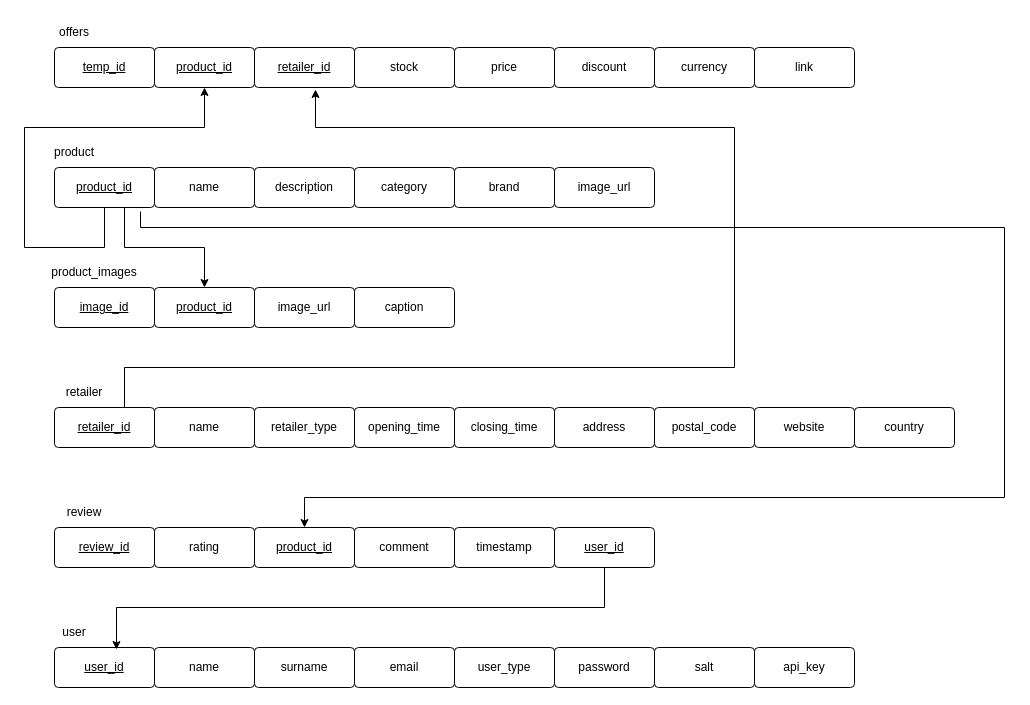
Earlier version of the draw.io diagram schema_null&void.drawio (ShavirV/COS-221-Assignment-5). Source tidied: cells renumbered, new cells numbered last; positions are measured from the earlier drawing's top-left corner, leaving out a move shared by most shapes. Both pictures are drawn from the tidied source at 100%, with x=0, y=0 at pixel (24, 17).
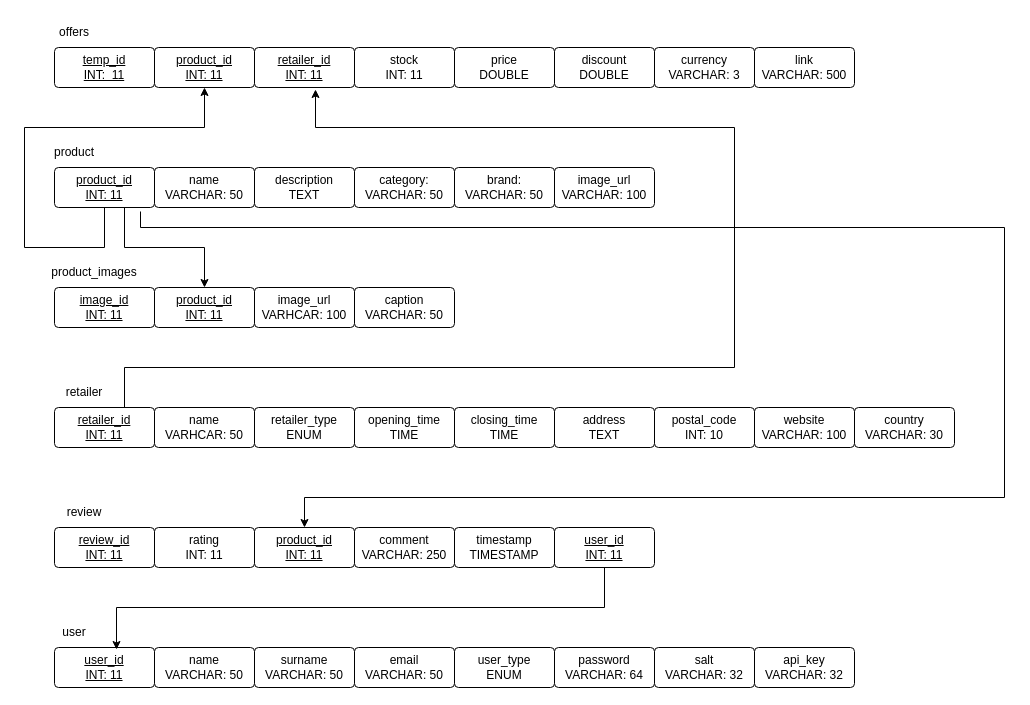
Above is the later version.

Commit message:
Added value types for all fields

Diff of the diagram source:
```diff
@@
-    <mxCell id="2" value="temp_id" style="rounded=1;arcSize=10;whiteSpace=wrap;html=1;align=center;fontStyle=4;" parent="1" vertex="1">
+    <mxCell id="2" value="temp_id&lt;br&gt;INT:&amp;nbsp; 11" style="rounded=1;arcSize=10;whiteSpace=wrap;html=1;align=center;fontStyle=4;" parent="1" vertex="1">
       <mxGeometry x="30" y="30" width="100" height="40" as="geometry" />
     </mxCell>
-    <mxCell id="3" value="product_id" style="rounded=1;arcSize=10;whiteSpace=wrap;html=1;align=center;fontStyle=4;" parent="1" vertex="1">
+    <mxCell id="3" value="product_id&lt;br&gt;INT: 11" style="rounded=1;arcSize=10;whiteSpace=wrap;html=1;align=center;fontStyle=4;" parent="1" vertex="1">
       <mxGeometry x="130" y="30" width="100" height="40" as="geometry" />
     </mxCell>
-    <mxCell id="4" value="retailer_id" style="rounded=1;arcSize=10;whiteSpace=wrap;html=1;align=center;fontStyle=4;" parent="1" vertex="1">
+    <mxCell id="4" value="retailer_id&lt;br&gt;INT: 11" style="rounded=1;arcSize=10;whiteSpace=wrap;html=1;align=center;fontStyle=4;" parent="1" vertex="1">
       <mxGeometry x="230" y="30" width="100" height="40" as="geometry" />
     </mxCell>
-    <mxCell id="5" value="stock" style="rounded=1;arcSize=10;whiteSpace=wrap;html=1;align=center;" parent="1" vertex="1">
+    <mxCell id="5" value="stock&lt;br&gt;INT: 11" style="rounded=1;arcSize=10;whiteSpace=wrap;html=1;align=center;" parent="1" vertex="1">
       <mxGeometry x="330" y="30" width="100" height="40" as="geometry" />
     </mxCell>
-    <mxCell id="6" value="price" style="rounded=1;arcSize=10;whiteSpace=wrap;html=1;align=center;" parent="1" vertex="1">
+    <mxCell id="6" value="price&lt;br&gt;DOUBLE" style="rounded=1;arcSize=10;whiteSpace=wrap;html=1;align=center;" parent="1" vertex="1">
       <mxGeometry x="430" y="30" width="100" height="40" as="geometry" />
     </mxCell>
-    <mxCell id="7" value="discount" style="rounded=1;arcSize=10;whiteSpace=wrap;html=1;align=center;" parent="1" vertex="1">
+    <mxCell id="7" value="discount&lt;br&gt;DOUBLE" style="rounded=1;arcSize=10;whiteSpace=wrap;html=1;align=center;" parent="1" vertex="1">
       <mxGeometry x="530" y="30" width="100" height="40" as="geometry" />
     </mxCell>
-    <mxCell id="8" value="currency" style="rounded=1;arcSize=10;whiteSpace=wrap;html=1;align=center;" parent="1" vertex="1">
+    <mxCell id="8" value="currency&lt;br&gt;VARCHAR: 3" style="rounded=1;arcSize=10;whiteSpace=wrap;html=1;align=center;" parent="1" vertex="1">
       <mxGeometry x="630" y="30" width="100" height="40" as="geometry" />
     </mxCell>
-    <mxCell id="9" value="link" style="rounded=1;arcSize=10;whiteSpace=wrap;html=1;align=center;" parent="1" vertex="1">
+    <mxCell id="9" value="link&lt;br&gt;VARCHAR: 500" style="rounded=1;arcSize=10;whiteSpace=wrap;html=1;align=center;" parent="1" vertex="1">
       <mxGeometry x="730" y="30" width="100" height="40" as="geometry" />
     </mxCell>
-    <mxCell id="10" value="product_id" style="rounded=1;arcSize=10;whiteSpace=wrap;html=1;align=center;fontStyle=4;" parent="1" vertex="1">
+    <mxCell id="10" value="product_id&lt;br&gt;INT: 11" style="rounded=1;arcSize=10;whiteSpace=wrap;html=1;align=center;fontStyle=4;" parent="1" vertex="1">
       <mxGeometry x="30" y="150" width="100" height="40" as="geometry" />
     </mxCell>
-    <mxCell id="11" value="name" style="rounded=1;arcSize=10;whiteSpace=wrap;html=1;align=center;" parent="1" vertex="1">
+    <mxCell id="11" value="name&lt;br&gt;VARCHAR: 50" style="rounded=1;arcSize=10;whiteSpace=wrap;html=1;align=center;" parent="1" vertex="1">
       <mxGeometry x="130" y="150" width="100" height="40" as="geometry" />
     </mxCell>
-    <mxCell id="12" value="description" style="rounded=1;arcSize=10;whiteSpace=wrap;html=1;align=center;" parent="1" vertex="1">
+    <mxCell id="12" value="description&lt;br&gt;TEXT" style="rounded=1;arcSize=10;whiteSpace=wrap;html=1;align=center;" parent="1" vertex="1">
       <mxGeometry x="230" y="150" width="100" height="40" as="geometry" />
     </mxCell>
-    <mxCell id="13" value="category" style="rounded=1;arcSize=10;whiteSpace=wrap;html=1;align=center;" parent="1" vertex="1">
+    <mxCell id="13" value="category:&lt;div&gt;VARCHAR: 50&lt;/div&gt;" style="rounded=1;arcSize=10;whiteSpace=wrap;html=1;align=center;" parent="1" vertex="1">
       <mxGeometry x="330" y="150" width="100" height="40" as="geometry" />
     </mxCell>
-    <mxCell id="14" value="brand" style="rounded=1;arcSize=10;whiteSpace=wrap;html=1;align=center;" parent="1" vertex="1">
+    <mxCell id="14" value="brand:&lt;div&gt;VARCHAR: 50&lt;/div&gt;" style="rounded=1;arcSize=10;whiteSpace=wrap;html=1;align=center;" parent="1" vertex="1">
       <mxGeometry x="430" y="150" width="100" height="40" as="geometry" />
     </mxCell>
-    <mxCell id="15" value="image_url" style="rounded=1;arcSize=10;whiteSpace=wrap;html=1;align=center;" parent="1" vertex="1">
+    <mxCell id="15" value="image_url&lt;br&gt;VARCHAR: 100" style="rounded=1;arcSize=10;whiteSpace=wrap;html=1;align=center;" parent="1" vertex="1">
       <mxGeometry x="530" y="150" width="100" height="40" as="geometry" />
     </mxCell>
-    <mxCell id="16" value="image_id" style="rounded=1;arcSize=10;whiteSpace=wrap;html=1;align=center;fontStyle=4;" parent="1" vertex="1">
+    <mxCell id="16" value="image_id&lt;div&gt;INT: 11&lt;/div&gt;" style="rounded=1;arcSize=10;whiteSpace=wrap;html=1;align=center;fontStyle=4;" parent="1" vertex="1">
       <mxGeometry x="30" y="270" width="100" height="40" as="geometry" />
     </mxCell>
-    <mxCell id="17" value="image_url" style="rounded=1;arcSize=10;whiteSpace=wrap;html=1;align=center;" parent="1" vertex="1">
+    <mxCell id="17" value="image_url&lt;br&gt;VARHCAR: 100" style="rounded=1;arcSize=10;whiteSpace=wrap;html=1;align=center;" parent="1" vertex="1">
       <mxGeometry x="230" y="270" width="100" height="40" as="geometry" />
     </mxCell>
-    <mxCell id="18" value="product_id" style="rounded=1;arcSize=10;whiteSpace=wrap;html=1;align=center;fontStyle=4;" parent="1" vertex="1">
+    <mxCell id="18" value="product_id&lt;br&gt;INT: 11" style="rounded=1;arcSize=10;whiteSpace=wrap;html=1;align=center;fontStyle=4;" parent="1" vertex="1">
       <mxGeometry x="130" y="270" width="100" height="40" as="geometry" />
     </mxCell>
-    <mxCell id="19" value="caption" style="rounded=1;arcSize=10;whiteSpace=wrap;html=1;align=center;" parent="1" vertex="1">
+    <mxCell id="19" value="caption&lt;br&gt;VARCHAR: 50" style="rounded=1;arcSize=10;whiteSpace=wrap;html=1;align=center;" parent="1" vertex="1">
       <mxGeometry x="330" y="270" width="100" height="40" as="geometry" />
     </mxCell>
-    <mxCell id="20" value="retailer_id" style="rounded=1;arcSize=10;whiteSpace=wrap;html=1;align=center;fontStyle=4;" parent="1" vertex="1">
+    <mxCell id="20" value="retailer_id&lt;br&gt;INT: 11" style="rounded=1;arcSize=10;whiteSpace=wrap;html=1;align=center;fontStyle=4;" parent="1" vertex="1">
       <mxGeometry x="30" y="390" width="100" height="40" as="geometry" />
     </mxCell>
-    <mxCell id="21" value="name" style="rounded=1;arcSize=10;whiteSpace=wrap;html=1;align=center;" parent="1" vertex="1">
+    <mxCell id="21" value="name&lt;br&gt;VARHCAR: 50" style="rounded=1;arcSize=10;whiteSpace=wrap;html=1;align=center;" parent="1" vertex="1">
       <mxGeometry x="130" y="390" width="100" height="40" as="geometry" />
     </mxCell>
-    <mxCell id="22" value="retailer_type" style="rounded=1;arcSize=10;whiteSpace=wrap;html=1;align=center;" parent="1" vertex="1">
+    <mxCell id="22" value="retailer_type&lt;br&gt;ENUM" style="rounded=1;arcSize=10;whiteSpace=wrap;html=1;align=center;" parent="1" vertex="1">
       <mxGeometry x="230" y="390" width="100" height="40" as="geometry" />
     </mxCell>
-    <mxCell id="23" value="opening_time" style="rounded=1;arcSize=10;whiteSpace=wrap;html=1;align=center;" parent="1" vertex="1">
+    <mxCell id="23" value="opening_time&lt;div&gt;TIME&lt;/div&gt;" style="rounded=1;arcSize=10;whiteSpace=wrap;html=1;align=center;" parent="1" vertex="1">
       <mxGeometry x="330" y="390" width="100" height="40" as="geometry" />
     </mxCell>
-    <mxCell id="24" value="closing_time" style="rounded=1;arcSize=10;whiteSpace=wrap;html=1;align=center;" parent="1" vertex="1">
+    <mxCell id="24" value="closing_time&lt;br&gt;TIME" style="rounded=1;arcSize=10;whiteSpace=wrap;html=1;align=center;" parent="1" vertex="1">
       <mxGeometry x="430" y="390" width="100" height="40" as="geometry" />
     </mxCell>
-    <mxCell id="25" value="address" style="rounded=1;arcSize=10;whiteSpace=wrap;html=1;align=center;" parent="1" vertex="1">
+    <mxCell id="25" value="address&lt;br&gt;TEXT" style="rounded=1;arcSize=10;whiteSpace=wrap;html=1;align=center;" parent="1" vertex="1">
       <mxGeometry x="530" y="390" width="100" height="40" as="geometry" />
     </mxCell>
-    <mxCell id="26" value="postal_code" style="rounded=1;arcSize=10;whiteSpace=wrap;html=1;align=center;" parent="1" vertex="1">
+    <mxCell id="26" value="postal_code&lt;br&gt;INT: 10" style="rounded=1;arcSize=10;whiteSpace=wrap;html=1;align=center;" parent="1" vertex="1">
       <mxGeometry x="630" y="390" width="100" height="40" as="geometry" />
     </mxCell>
-    <mxCell id="27" value="website" style="rounded=1;arcSize=10;whiteSpace=wrap;html=1;align=center;" parent="1" vertex="1">
+    <mxCell id="27" value="website&lt;br&gt;VARCHAR: 100" style="rounded=1;arcSize=10;whiteSpace=wrap;html=1;align=center;" parent="1" vertex="1">
       <mxGeometry x="730" y="390" width="100" height="40" as="geometry" />
     </mxCell>
-    <mxCell id="28" value="country" style="rounded=1;arcSize=10;whiteSpace=wrap;html=1;align=center;" parent="1" vertex="1">
+    <mxCell id="28" value="country&lt;br&gt;VARCHAR: 30" style="rounded=1;arcSize=10;whiteSpace=wrap;html=1;align=center;" parent="1" vertex="1">
       <mxGeometry x="830" y="390" width="100" height="40" as="geometry" />
     </mxCell>
-    <mxCell id="29" value="review_id" style="rounded=1;arcSize=10;whiteSpace=wrap;html=1;align=center;fontStyle=4;" parent="1" vertex="1">
+    <mxCell id="29" value="review_id&lt;div&gt;INT: 11&lt;/div&gt;" style="rounded=1;arcSize=10;whiteSpace=wrap;html=1;align=center;fontStyle=4;" parent="1" vertex="1">
       <mxGeometry x="30" y="510" width="100" height="40" as="geometry" />
     </mxCell>
-    <mxCell id="30" value="rating" style="rounded=1;arcSize=10;whiteSpace=wrap;html=1;align=center;fontStyle=0;" parent="1" vertex="1">
+    <mxCell id="30" value="rating&lt;br&gt;INT: 11" style="rounded=1;arcSize=10;whiteSpace=wrap;html=1;align=center;fontStyle=0;" parent="1" vertex="1">
       <mxGeometry x="130" y="510" width="100" height="40" as="geometry" />
     </mxCell>
-    <mxCell id="31" value="product_id" style="rounded=1;arcSize=10;whiteSpace=wrap;html=1;align=center;fontStyle=4;" parent="1" vertex="1">
+    <mxCell id="31" value="product_id&lt;div&gt;INT: 11&lt;/div&gt;" style="rounded=1;arcSize=10;whiteSpace=wrap;html=1;align=center;fontStyle=4;" parent="1" vertex="1">
       <mxGeometry x="230" y="510" width="100" height="40" as="geometry" />
     </mxCell>
-    <mxCell id="32" value="comment" style="rounded=1;arcSize=10;whiteSpace=wrap;html=1;align=center;" parent="1" vertex="1">
+    <mxCell id="32" value="comment&lt;div&gt;VARCHAR: 250&lt;/div&gt;" style="rounded=1;arcSize=10;whiteSpace=wrap;html=1;align=center;" parent="1" vertex="1">
       <mxGeometry x="330" y="510" width="100" height="40" as="geometry" />
     </mxCell>
-    <mxCell id="33" value="timestamp" style="rounded=1;arcSize=10;whiteSpace=wrap;html=1;align=center;" parent="1" vertex="1">
+    <mxCell id="33" value="timestamp&lt;div&gt;TIMESTAMP&lt;/div&gt;" style="rounded=1;arcSize=10;whiteSpace=wrap;html=1;align=center;" parent="1" vertex="1">
       <mxGeometry x="430" y="510" width="100" height="40" as="geometry" />
     </mxCell>
-    <mxCell id="34" value="user_id" style="rounded=1;arcSize=10;whiteSpace=wrap;html=1;align=center;fontStyle=4;" parent="1" vertex="1">
+    <mxCell id="34" value="user_id&lt;div&gt;INT: 11&lt;/div&gt;" style="rounded=1;arcSize=10;whiteSpace=wrap;html=1;align=center;fontStyle=4;" parent="1" vertex="1">
       <mxGeometry x="530" y="510" width="100" height="40" as="geometry" />
     </mxCell>
-    <mxCell id="35" value="user_id" style="rounded=1;arcSize=10;whiteSpace=wrap;html=1;align=center;fontStyle=4;" parent="1" vertex="1">
+    <mxCell id="35" value="user_id&lt;div&gt;INT: 11&lt;/div&gt;" style="rounded=1;arcSize=10;whiteSpace=wrap;html=1;align=center;fontStyle=4;" parent="1" vertex="1">
       <mxGeometry x="30" y="630" width="100" height="40" as="geometry" />
     </mxCell>
-    <mxCell id="36" value="name" style="rounded=1;arcSize=10;whiteSpace=wrap;html=1;align=center;" parent="1" vertex="1">
+    <mxCell id="36" value="name&lt;br&gt;VARCHAR: 50" style="rounded=1;arcSize=10;whiteSpace=wrap;html=1;align=center;" parent="1" vertex="1">
       <mxGeometry x="130" y="630" width="100" height="40" as="geometry" />
     </mxCell>
-    <mxCell id="37" value="surname" style="rounded=1;arcSize=10;whiteSpace=wrap;html=1;align=center;" parent="1" vertex="1">
+    <mxCell id="37" value="surname&lt;div&gt;VARCHAR: 50&lt;/div&gt;" style="rounded=1;arcSize=10;whiteSpace=wrap;html=1;align=center;" parent="1" vertex="1">
       <mxGeometry x="230" y="630" width="100" height="40" as="geometry" />
     </mxCell>
-    <mxCell id="38" value="email" style="rounded=1;arcSize=10;whiteSpace=wrap;html=1;align=center;" parent="1" vertex="1">
+    <mxCell id="38" value="email&lt;br&gt;VARCHAR: 50" style="rounded=1;arcSize=10;whiteSpace=wrap;html=1;align=center;" parent="1" vertex="1">
       <mxGeometry x="330" y="630" width="100" height="40" as="geometry" />
     </mxCell>
-    <mxCell id="39" value="user_type" style="rounded=1;arcSize=10;whiteSpace=wrap;html=1;align=center;" parent="1" vertex="1">
+    <mxCell id="39" value="user_type&lt;div&gt;ENUM&lt;/div&gt;" style="rounded=1;arcSize=10;whiteSpace=wrap;html=1;align=center;" parent="1" vertex="1">
       <mxGeometry x="430" y="630" width="100" height="40" as="geometry" />
     </mxCell>
-    <mxCell id="40" value="password" style="rounded=1;arcSize=10;whiteSpace=wrap;html=1;align=center;" parent="1" vertex="1">
+    <mxCell id="40" value="password&lt;br&gt;VARCHAR: 64" style="rounded=1;arcSize=10;whiteSpace=wrap;html=1;align=center;" parent="1" vertex="1">
       <mxGeometry x="530" y="630" width="100" height="40" as="geometry" />
     </mxCell>
-    <mxCell id="41" value="salt" style="rounded=1;arcSize=10;whiteSpace=wrap;html=1;align=center;" parent="1" vertex="1">
+    <mxCell id="41" value="salt&lt;div&gt;VARCHAR: 32&lt;/div&gt;" style="rounded=1;arcSize=10;whiteSpace=wrap;html=1;align=center;" parent="1" vertex="1">
       <mxGeometry x="630" y="630" width="100" height="40" as="geometry" />
     </mxCell>
-    <mxCell id="42" value="api_key" style="rounded=1;arcSize=10;whiteSpace=wrap;html=1;align=center;" parent="1" vertex="1">
+    <mxCell id="42" value="api_key&lt;div&gt;VARCHAR: 32&lt;/div&gt;" style="rounded=1;arcSize=10;whiteSpace=wrap;html=1;align=center;" parent="1" vertex="1">
       <mxGeometry x="730" y="630" width="100" height="40" as="geometry" />
     </mxCell>
```
